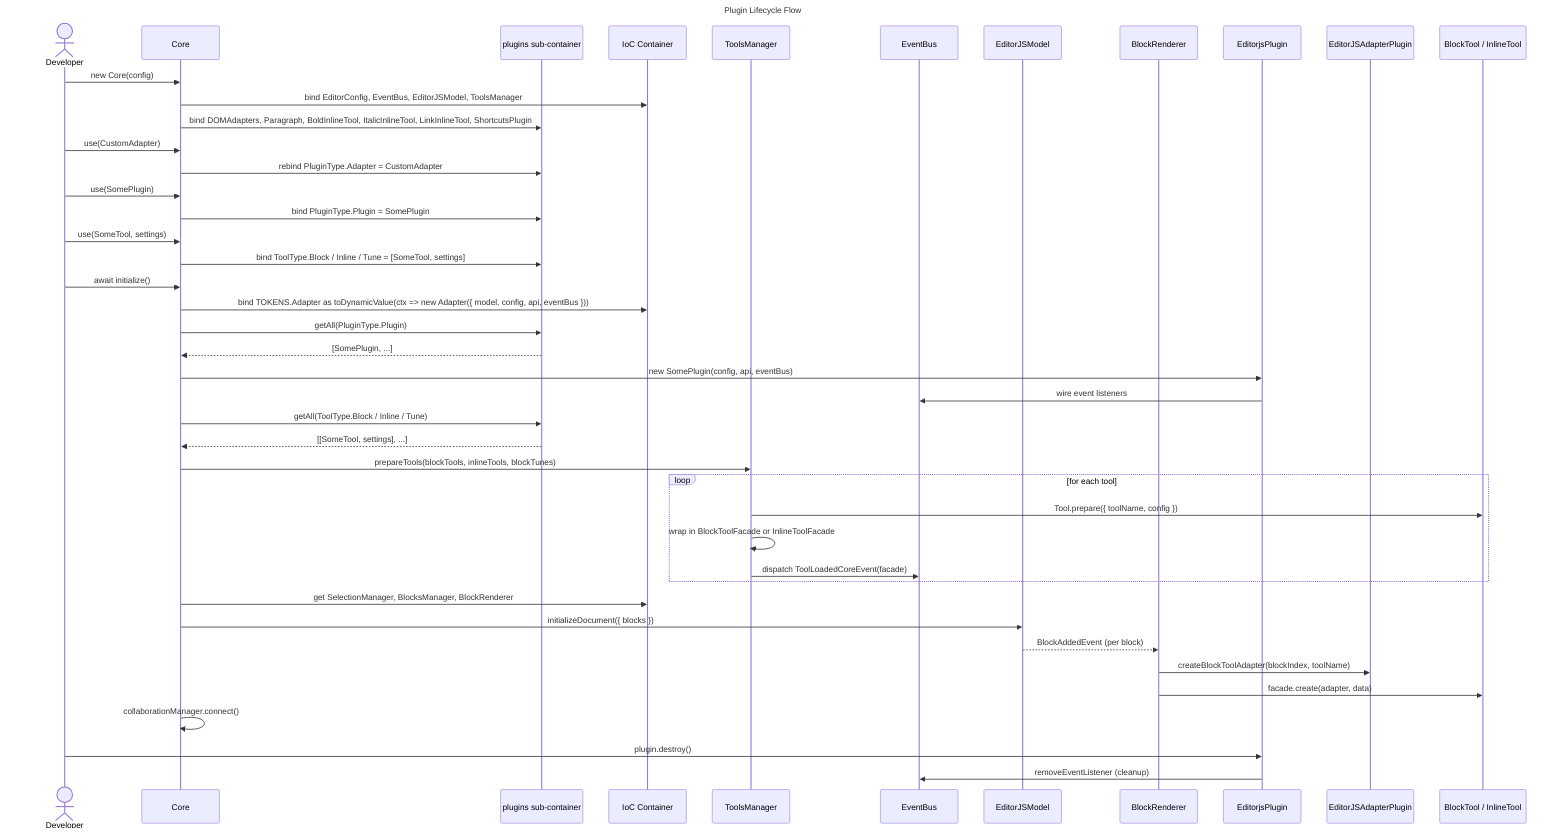
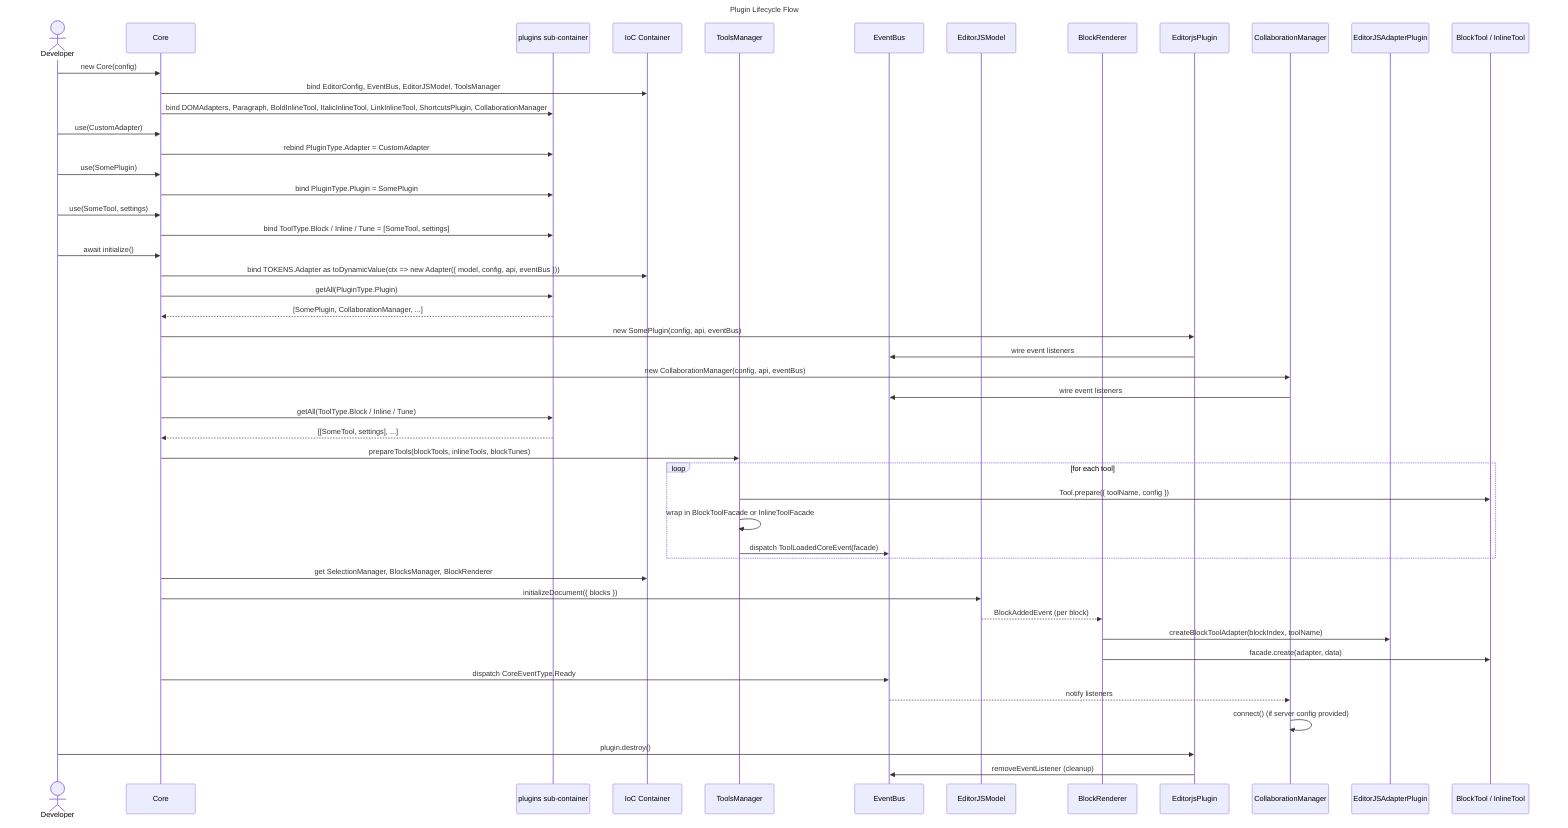
---
title: Plugin Lifecycle Flow
---
%% See: ../plugins.md
sequenceDiagram
  actor Dev as Developer
  participant Core
  participant Plugins as plugins sub-container
  participant IoC as IoC Container
  participant ToolsManager
  participant EventBus
  participant EditorJSModel
  participant BlockRenderer
  participant Plugin as EditorjsPlugin
+   participant CollabMgr as CollaborationManager
  participant Adapter as EditorJSAdapterPlugin
  participant Tool as BlockTool / InlineTool

  %% ── Constructor ──────────────────────────────────
  Dev->>Core: new Core(config)
  Core->>IoC: bind EditorConfig, EventBus, EditorJSModel, ToolsManager
-    Core->>Plugins: bind DOMAdapters, Paragraph, BoldInlineTool, ItalicInlineTool, LinkInlineTool, ShortcutsPlugin
+   Core->>Plugins: bind DOMAdapters, Paragraph, BoldInlineTool, ItalicInlineTool, LinkInlineTool, ShortcutsPlugin, CollaborationManager

  %% ── Registration ─────────────────────────────────

  Dev->>Core: use(CustomAdapter)
  Core->>Plugins: rebind PluginType.Adapter = CustomAdapter

  Dev->>Core: use(SomePlugin)
  Core->>Plugins: bind PluginType.Plugin = SomePlugin

  Dev->>Core: use(SomeTool, settings)
  Core->>Plugins: bind ToolType.Block / Inline / Tune = [SomeTool, settings]

  %% ── await initialize() ───────────────────────────
  Dev->>Core: await initialize()

-    Core->>IoC: bind TOKENS.Adapter as toDynamicValue(ctx => new Adapter({ model, config, api, eventBus }))
+   Core->>IoC: bind TOKENS.Adapter as toDynamicValue(ctx => new Adapter({ model, config, api, eventBus }))

  Core->>Plugins: getAll(PluginType.Plugin)
-   Plugins-->>Core: [SomePlugin, ...]
+   Plugins-->>Core: [SomePlugin, CollaborationManager, ...]
  Core->>Plugin: new SomePlugin(config, api, eventBus)
  Plugin->>EventBus: wire event listeners
+   Core->>CollabMgr: new CollaborationManager(config, api, eventBus)
+   CollabMgr->>EventBus: wire event listeners

  Core->>Plugins: getAll(ToolType.Block / Inline / Tune)
  Plugins-->>Core: [[SomeTool, settings], ...]
  Core->>ToolsManager: prepareTools(blockTools, inlineTools, blockTunes)
-    loop for each tool
-      ToolsManager->>Tool: Tool.prepare({ toolName, config })
-      ToolsManager->>ToolsManager: wrap in BlockToolFacade or InlineToolFacade
-      ToolsManager->>EventBus: dispatch ToolLoadedCoreEvent(facade)
-    end
+   loop for each tool
+     ToolsManager->>Tool: Tool.prepare({ toolName, config })
+     ToolsManager->>ToolsManager: wrap in BlockToolFacade or InlineToolFacade
+     ToolsManager->>EventBus: dispatch ToolLoadedCoreEvent(facade)
+   end

  Core->>IoC: get SelectionManager, BlocksManager, BlockRenderer

-    Core->>EditorJSModel: initializeDocument({ blocks })
-    EditorJSModel-->>BlockRenderer: BlockAddedEvent (per block)
+   Core->>EditorJSModel: initializeDocument({ blocks })
+   EditorJSModel-->>BlockRenderer: BlockAddedEvent (per block)
  BlockRenderer->>Adapter: createBlockToolAdapter(blockIndex, toolName)
  BlockRenderer->>Tool: facade.create(adapter, data)

-   Core->>Core: collaborationManager.connect()
+   Core->>EventBus: dispatch CoreEventType.Ready
+   EventBus-->>CollabMgr: notify listeners
+   CollabMgr->>CollabMgr: connect() (if server config provided)

  %% ── Destroy ──────────────────────────────────────
  Dev->>Plugin: plugin.destroy()
  Plugin->>EventBus: removeEventListener (cleanup)
